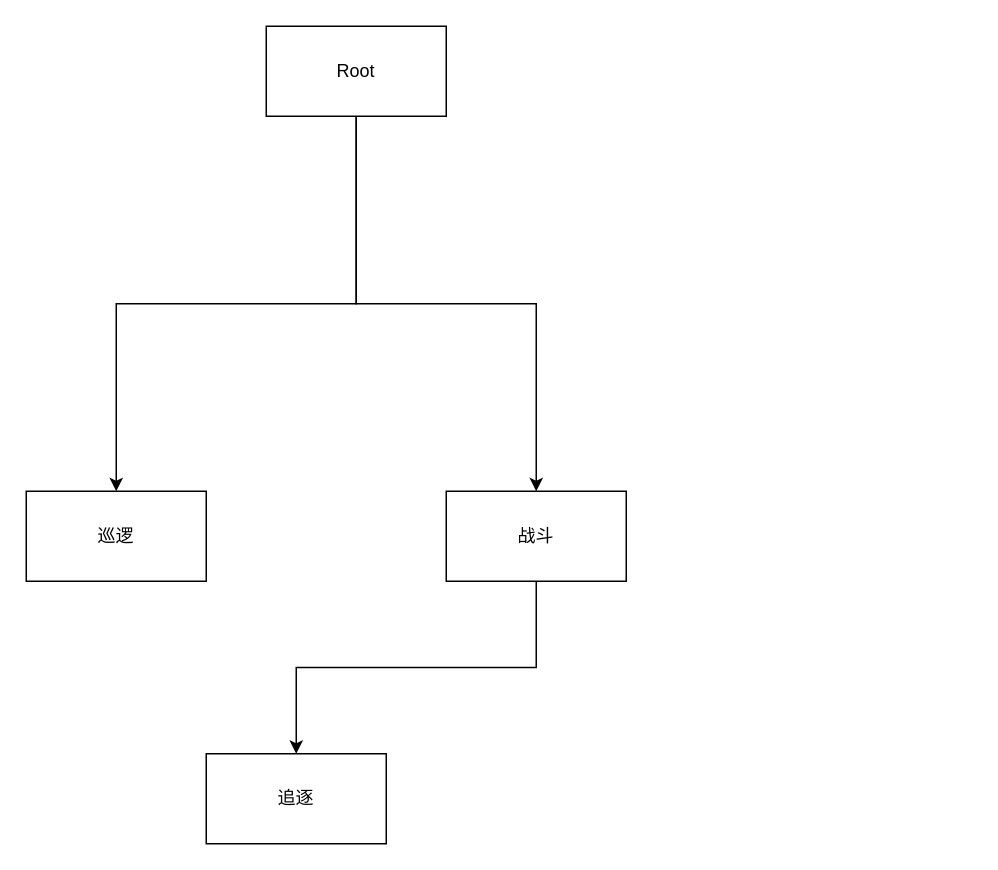
The draw.io diagram AITree.drawio in AIRYEAH/DrawIO, before the edit. Source tidied: cells renumbered, new cells numbered last; positions are measured from the earlier drawing's top-left corner, leaving out a move shared by most shapes. Both pictures are drawn from the tidied source at 150%, with x=0, y=0 at pixel (26, 26).
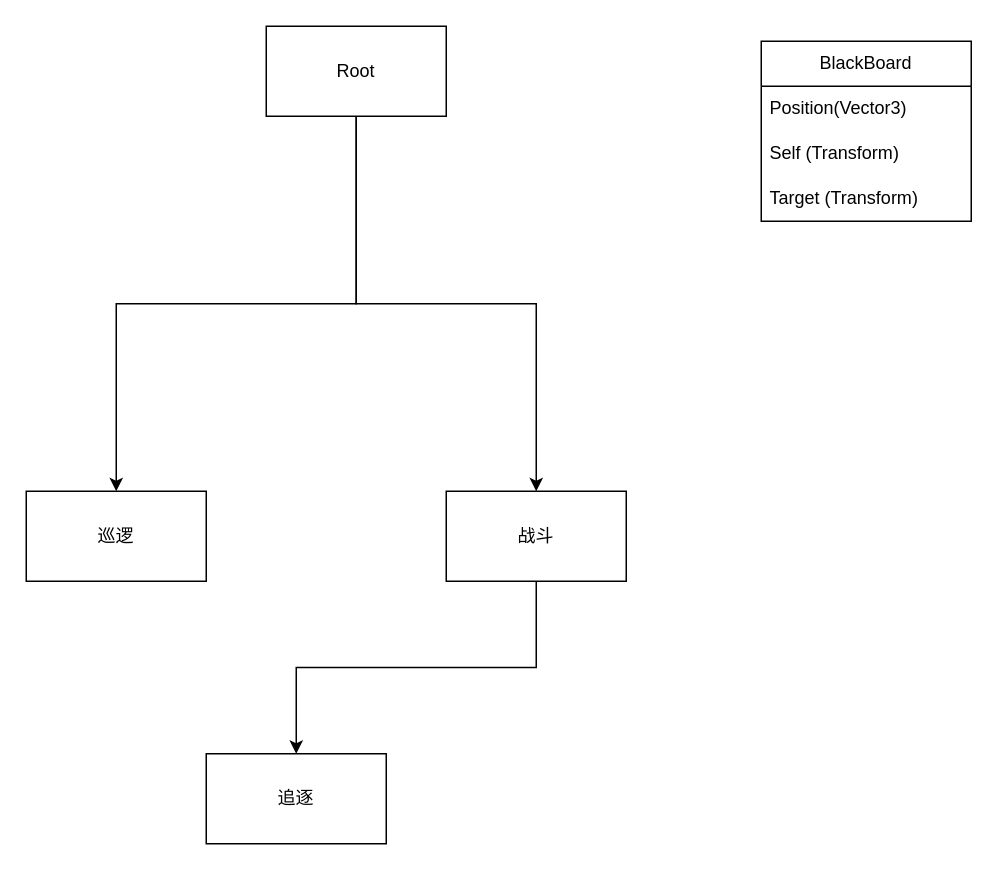
The same diagram, later.

Diff of the diagram source:
```diff
@@
 <mxGraphModel>
   <root>
     <mxCell id="0" />
     <mxCell id="1" parent="0" />
     <mxCell id="2" style="edgeStyle=orthogonalEdgeStyle;rounded=0;jettySize=auto;html=1;entryX=0.5;entryY=0;entryDx=0;entryDy=0;exitX=0.5;exitY=1;exitDx=0;exitDy=0;" parent="1" edge="1" source="4" target="5">
       <mxGeometry relative="1" as="geometry" />
     </mxCell>
     <mxCell id="3" style="edgeStyle=orthogonalEdgeStyle;rounded=0;jettySize=auto;html=1;exitX=0.5;exitY=1;exitDx=0;exitDy=0;entryX=0.5;entryY=0;entryDx=0;entryDy=0;" parent="1" edge="1" source="4" target="7">
       <mxGeometry relative="1" as="geometry" />
     </mxCell>
     <mxCell id="4" value="Root" style="rounded=0;whiteSpace=wrap;html=1;" parent="1" vertex="1">
       <mxGeometry x="160" width="120" height="60" as="geometry" />
     </mxCell>
     <mxCell id="5" value="巡逻" style="rounded=0;whiteSpace=wrap;html=1;" parent="1" vertex="1">
       <mxGeometry y="310" width="120" height="60" as="geometry" />
     </mxCell>
     <mxCell id="6" style="edgeStyle=orthogonalEdgeStyle;rounded=0;jettySize=auto;html=1;entryX=0.5;entryY=0;entryDx=0;entryDy=0;exitX=0.5;exitY=1;exitDx=0;exitDy=0;" parent="1" edge="1" source="7" target="8">
       <mxGeometry relative="1" as="geometry" />
     </mxCell>
     <mxCell id="7" value="战斗" style="rounded=0;whiteSpace=wrap;html=1;" parent="1" vertex="1">
       <mxGeometry x="280" y="310" width="120" height="60" as="geometry" />
     </mxCell>
     <mxCell id="8" value="追逐" style="rounded=0;whiteSpace=wrap;html=1;" parent="1" vertex="1">
       <mxGeometry x="120" y="485" width="120" height="60" as="geometry" />
     </mxCell>
+    <mxCell id="9" value="BlackBoard" style="swimlane;fontStyle=0;horizontal=1;startSize=30;whiteSpace=wrap;html=1;" parent="1" vertex="1">
+      <mxGeometry x="490" y="10" width="140" height="120" as="geometry" />
+    </mxCell>
+    <mxCell id="10" value="Position(Vector3)" style="text;strokeColor=none;fillColor=none;align=left;verticalAlign=middle;spacingLeft=4;spacingRight=4;overflow=hidden;whiteSpace=wrap;html=1;" parent="9" vertex="1">
+      <mxGeometry y="30" width="140" height="30" as="geometry" />
+    </mxCell>
+    <mxCell id="11" value="Self (Transform&lt;span style=&quot;color: light-dark(rgb(0, 0, 0), rgb(255, 255, 255)); background-color: transparent;&quot;&gt;)&lt;/span&gt;" style="text;strokeColor=none;fillColor=none;align=left;verticalAlign=middle;spacingLeft=4;spacingRight=4;overflow=hidden;whiteSpace=wrap;html=1;" parent="9" vertex="1">
+      <mxGeometry y="60" width="140" height="30" as="geometry" />
+    </mxCell>
+    <mxCell id="12" value="Target (Transform&lt;span style=&quot;background-color: transparent; color: light-dark(rgb(0, 0, 0), rgb(255, 255, 255));&quot;&gt;)&lt;/span&gt;" style="text;strokeColor=none;fillColor=none;align=left;verticalAlign=middle;spacingLeft=4;spacingRight=4;overflow=hidden;whiteSpace=wrap;html=1;" parent="9" vertex="1">
+      <mxGeometry y="90" width="140" height="30" as="geometry" />
+    </mxCell>
   </root>
 </mxGraphModel>
```
